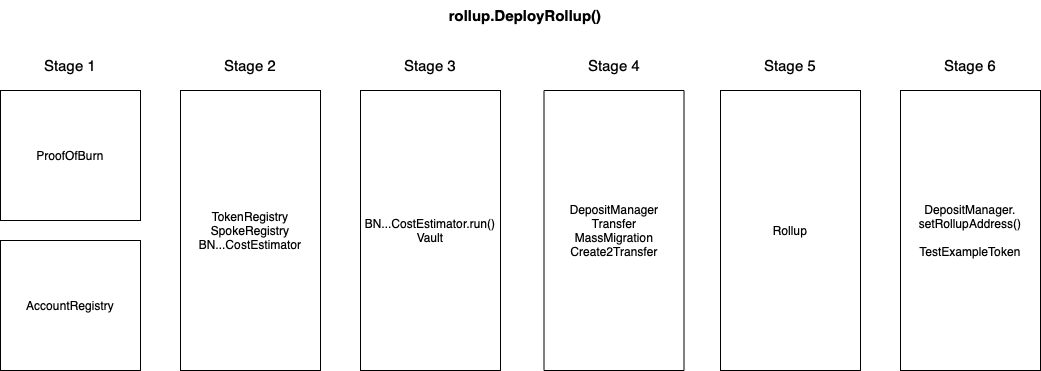
Above: eth/deployer/rollup/deploy_sequence.png in worldcoin/hubble-commander (draw.io), before the change. Source tidied: cells renumbered, new cells last; positions are measured from the earlier drawing's top-left corner, leaving out a move shared by most shapes. The source it was exported from:
```xml
<mxGraphModel>
  <root>
    <mxCell id="0" />
    <mxCell id="1" parent="0" />
    <mxCell id="2" value="Rollup&lt;br&gt;" style="rounded=0;whiteSpace=wrap;html=1;" parent="1" vertex="1">
      <mxGeometry x="720" y="90" width="140" height="280" as="geometry" />
    </mxCell>
    <mxCell id="3" value="DepositManager&lt;br&gt;Transfer&lt;br&gt;MassMigration&lt;br&gt;Create2Transfer" style="rounded=0;whiteSpace=wrap;html=1;" parent="1" vertex="1">
      <mxGeometry x="543.5" y="90" width="140" height="280" as="geometry" />
    </mxCell>
    <mxCell id="4" value="BN...CostEstimator.run()&lt;br&gt;Vault" style="rounded=0;whiteSpace=wrap;html=1;" parent="1" vertex="1">
      <mxGeometry x="360" y="90" width="140" height="280" as="geometry" />
    </mxCell>
    <mxCell id="5" value="&lt;div&gt;&lt;/div&gt;TokenRegistry&lt;br&gt;SpokeRegistry&lt;br&gt;BN...CostEstimator" style="rounded=0;whiteSpace=wrap;html=1;" parent="1" vertex="1">
      <mxGeometry x="180" y="90" width="140" height="280" as="geometry" />
    </mxCell>
    <mxCell id="6" value="&lt;div&gt;ProofOfBurn&lt;/div&gt;" style="rounded=0;whiteSpace=wrap;html=1;" parent="1" vertex="1">
      <mxGeometry y="90" width="140" height="130" as="geometry" />
    </mxCell>
    <mxCell id="7" value="&lt;div&gt;AccountRegistry&lt;br&gt;&lt;/div&gt;&lt;div&gt;&lt;/div&gt;" style="rounded=0;whiteSpace=wrap;html=1;" parent="1" vertex="1">
      <mxGeometry y="240" width="140" height="130" as="geometry" />
    </mxCell>
    <mxCell id="8" value="DepositManager.&lt;br&gt;setRollupAddress()&lt;br&gt;&lt;br&gt;TestExampleToken" style="rounded=0;whiteSpace=wrap;html=1;" parent="1" vertex="1">
      <mxGeometry x="900" y="90" width="140" height="280" as="geometry" />
    </mxCell>
    <mxCell id="9" value="&lt;font style=&quot;font-size: 15px&quot;&gt;Stage 1&lt;/font&gt;" style="text;html=1;strokeColor=none;fillColor=none;align=center;verticalAlign=middle;whiteSpace=wrap;rounded=0;" parent="1" vertex="1">
      <mxGeometry x="40" y="50" width="60" height="30" as="geometry" />
    </mxCell>
    <mxCell id="10" value="&lt;font style=&quot;font-size: 15px&quot;&gt;Stage 2&lt;/font&gt;" style="text;html=1;strokeColor=none;fillColor=none;align=center;verticalAlign=middle;whiteSpace=wrap;rounded=0;" parent="1" vertex="1">
      <mxGeometry x="220" y="50" width="60" height="30" as="geometry" />
    </mxCell>
    <mxCell id="11" value="&lt;font style=&quot;font-size: 15px&quot;&gt;Stage 4&lt;/font&gt;" style="text;html=1;strokeColor=none;fillColor=none;align=center;verticalAlign=middle;whiteSpace=wrap;rounded=0;" parent="1" vertex="1">
      <mxGeometry x="584" y="50" width="60" height="30" as="geometry" />
    </mxCell>
    <mxCell id="12" value="&lt;font style=&quot;font-size: 15px&quot;&gt;Stage 3&lt;/font&gt;" style="text;html=1;strokeColor=none;fillColor=none;align=center;verticalAlign=middle;whiteSpace=wrap;rounded=0;" parent="1" vertex="1">
      <mxGeometry x="400" y="50" width="60" height="30" as="geometry" />
    </mxCell>
    <mxCell id="13" value="&lt;font style=&quot;font-size: 15px&quot;&gt;Stage 6&lt;/font&gt;" style="text;html=1;strokeColor=none;fillColor=none;align=center;verticalAlign=middle;whiteSpace=wrap;rounded=0;" parent="1" vertex="1">
      <mxGeometry x="940" y="50" width="60" height="30" as="geometry" />
    </mxCell>
    <mxCell id="14" value="&lt;font style=&quot;font-size: 15px&quot;&gt;Stage 5&lt;/font&gt;" style="text;html=1;strokeColor=none;fillColor=none;align=center;verticalAlign=middle;whiteSpace=wrap;rounded=0;" parent="1" vertex="1">
      <mxGeometry x="760" y="50" width="60" height="30" as="geometry" />
    </mxCell>
    <mxCell id="15" value="&lt;div&gt;rollup.DeployRollup()&lt;/div&gt;" style="text;html=1;strokeColor=none;fillColor=none;align=center;verticalAlign=middle;whiteSpace=wrap;rounded=0;fontSize=15;fontStyle=1;" parent="1" vertex="1">
      <mxGeometry x="420" width="210" height="30" as="geometry" />
    </mxCell>
  </root>
</mxGraphModel>
```
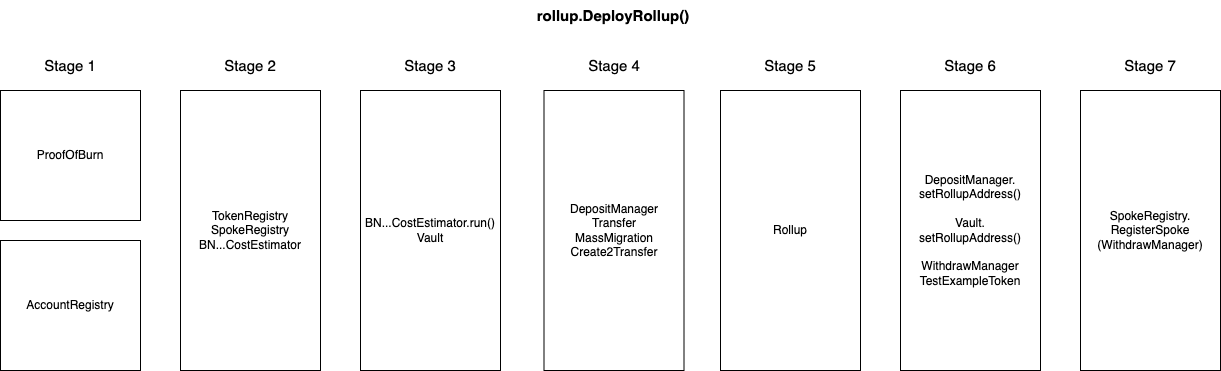
After the change.

Change to the diagram source:
```diff
@@ -20,7 +20,7 @@
     <mxCell id="7" value="&lt;div&gt;AccountRegistry&lt;br&gt;&lt;/div&gt;&lt;div&gt;&lt;/div&gt;" style="rounded=0;whiteSpace=wrap;html=1;" parent="1" vertex="1">
       <mxGeometry y="240" width="140" height="130" as="geometry" />
     </mxCell>
-    <mxCell id="8" value="DepositManager.&lt;br&gt;setRollupAddress()&lt;br&gt;&lt;br&gt;TestExampleToken" style="rounded=0;whiteSpace=wrap;html=1;" parent="1" vertex="1">
+    <mxCell id="8" value="DepositManager.&lt;br&gt;setRollupAddress()&lt;br&gt;&lt;br&gt;Vault.&lt;br&gt;setRollupAddress()&lt;br&gt;&lt;br&gt;WithdrawManager&lt;br&gt;TestExampleToken" style="rounded=0;whiteSpace=wrap;html=1;" parent="1" vertex="1">
       <mxGeometry x="900" y="90" width="140" height="280" as="geometry" />
     </mxCell>
     <mxCell id="9" value="&lt;font style=&quot;font-size: 15px&quot;&gt;Stage 1&lt;/font&gt;" style="text;html=1;strokeColor=none;fillColor=none;align=center;verticalAlign=middle;whiteSpace=wrap;rounded=0;" parent="1" vertex="1">
@@ -42,7 +42,13 @@
       <mxGeometry x="760" y="50" width="60" height="30" as="geometry" />
     </mxCell>
     <mxCell id="15" value="&lt;div&gt;rollup.DeployRollup()&lt;/div&gt;" style="text;html=1;strokeColor=none;fillColor=none;align=center;verticalAlign=middle;whiteSpace=wrap;rounded=0;fontSize=15;fontStyle=1;" parent="1" vertex="1">
-      <mxGeometry x="420" width="210" height="30" as="geometry" />
+      <mxGeometry x="508" width="210" height="30" as="geometry" />
     </mxCell>
+    <mxCell id="16" value="SpokeRegistry.&lt;br&gt;RegisterSpoke&lt;br&gt;(WithdrawManager)" style="rounded=0;whiteSpace=wrap;html=1;" parent="1" vertex="1">
+      <mxGeometry x="1080" y="90" width="140" height="280" as="geometry" />
+    </mxCell>
+    <mxCell id="17" value="&lt;font style=&quot;font-size: 15px&quot;&gt;Stage 7&lt;/font&gt;" style="text;html=1;strokeColor=none;fillColor=none;align=center;verticalAlign=middle;whiteSpace=wrap;rounded=0;" parent="1" vertex="1">
+      <mxGeometry x="1120" y="50" width="60" height="30" as="geometry" />
+    </mxCell>
   </root>
 </mxGraphModel>
```
